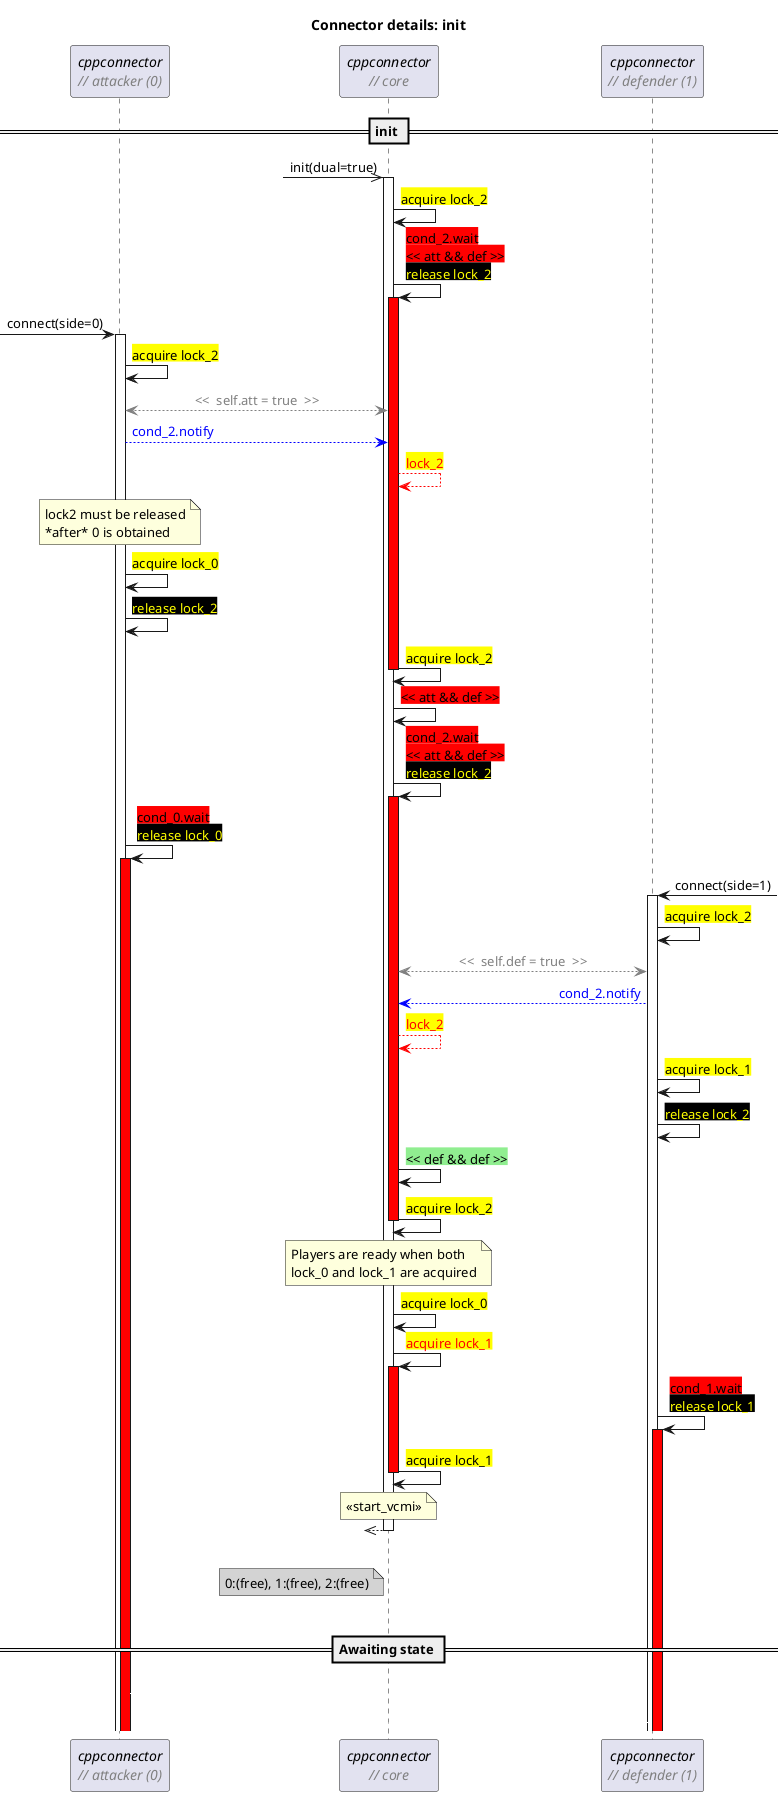
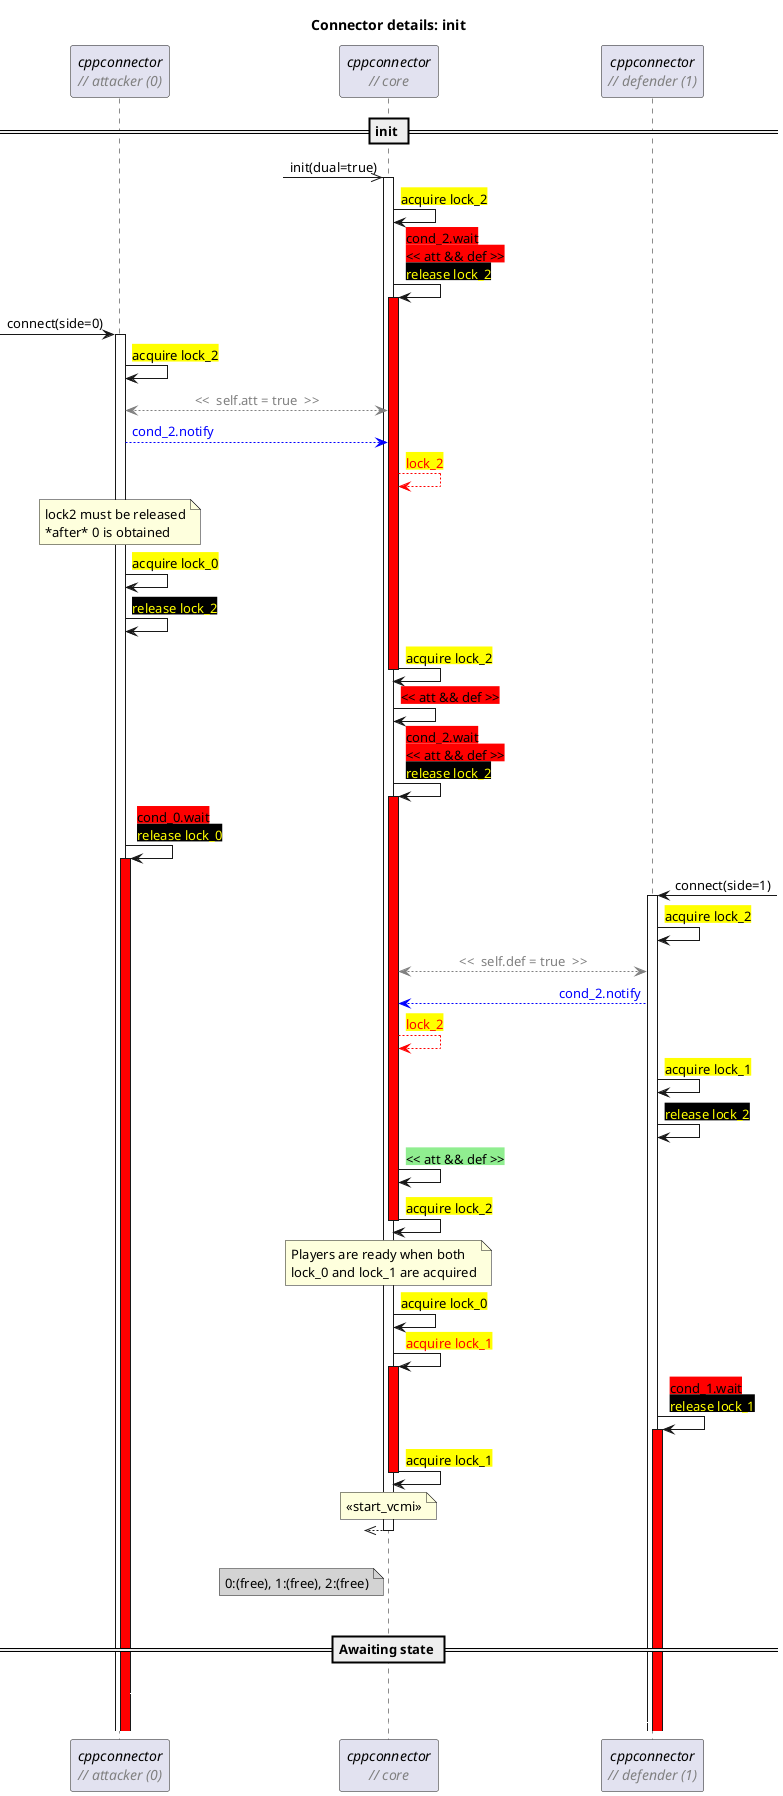
@startuml "connector-details-init"

title "Connector details: init"

skinparam sequenceBoxBorderColor #FFF
skinparam sequenceMessageAlign direction

!$nbsp = "<U+00A0>"

' workaround the fact that text alignment can only be
' set globally. Using hspace(n) returns N monospaced
' $nbsp chars
!function $hspace($length)
  !$res = ""
  !$i = $length
  !while $i > 0
    !$res = $res + $nbsp
    !$i = $i - 1
  !endwhile
  !return "<font:monospaced>"+$res+"</font>"
!endfunction

!function $desc($txt)
  !return "<font:Arial><color:Gray><i>// "+$txt+"</i></color></font>"
!endfunction

!function $lock_acq_fail_text($txt)
  !return "<back:yellow><color:red>" + $txt
!endfunction

!function $lock_rel_text($lock_id)
  !return "<color:yellow><back:black>release lock_" + $lock_id + "</back></color>"
!endfunction

!function $pred_fail_text($txt)
  !return "<back:red><<" + $nbsp + $txt + $nbsp + ">>"
!endfunction

!function $pred_ok_text($txt)
  !return "<back:lightgreen><<" + $nbsp + $txt + $nbsp + ">>"
!endfunction

!procedure $lock_acq_fail($node, $lock_id)
  $node -> $node : $lock_acq_fail_text("acquire lock_" + $lock_id)
  activate $node #red
!endprocedure

!procedure $lock_acq_direct($node, $lock_id)
  $node -> $node : <back:yellow>acquire lock_##$lock_id</back>
!endprocedure

!procedure $lock_acq_latent($node, $lock_id)
  $lock_acq_direct($node, $lock_id)
  deactivate $node
!endprocedure

!procedure $lock_rel($node, $lock_id)
  $node -> $node : $lock_rel_text($lock_id)
!endprocedure

!procedure $pred_fail($node, $txt)
  $node -> $node : $pred_fail_text($txt)
!endprocedure

!procedure $pred_ok($node, $txt)
  $node -> $node : $pred_ok_text($txt)
!endprocedure

!procedure $cond_wait($node, $cond_id)
  $node -> $node : <back:red>cond_##$cond_id##.wait</back>\n$lock_rel_text($cond_id)
  activate $node #red
!endprocedure

!procedure $cond_wait_pred($node, $cond_id, $pred)
  $node -> $node : <back:red>cond_##$cond_id##.wait\n$pred_fail_text($pred)\n$lock_rel_text($cond_id)
  activate $node #red
!endprocedure

!procedure $cond_notify($NodeA, $NodeB, $cond_id)
  $NodeA --[#blue]> $NodeB : <color:blue>cond_##$cond_id##.notify</color>
  $NodeB --[#red]> $NodeB : $lock_acq_fail_text("lock_" + $cond_id)
!endfunction

!procedure $cond_switch($NodeA, $NodeB, $cond_id)
  $cond_notify($NodeA, $NodeB, $cond_id)
  $cond_wait($NodeA, $cond_id)
  $lock_acq_latent($NodeB, $cond_id)
!endfunction

!procedure $flow(envid, $flowname)
  note over CTRL##envid, DualEnv##envid #LightBlue : ↓ flow_##$flowname ↓
!endprocedure

!procedure $lockreport($owner_0, $owner_1, $owner_2)
  note left of core #lightgray
  <font:monospace>0</font>:$owner_0, <font:monospace>1</font>:$owner_1, <font:monospace>2</font>:$owner_2
  end note
!endprocedure

!function $replace($txt, $search, $repl)
  !$replaced = ""
  !while %strpos($txt, $search) >= 0
    !$position = %strpos($txt, $search)
    !$replaced = $replaced + %substr($txt, 0, $position) + $repl
    !$txt = %substr($txt, $position + %strlen($search))
  !endwhile
  !return $replaced + $txt
!endfunction

!procedure $sharevar($node1, $node2, $txt)
  $node1 <--[#gray]> $node2 : <color:gray><font:monospace><<$nbsp $txt $nbsp>>
!endfunction

!procedure $sharevar($who, $txt)
  $sharevar(att, def, $txt)
!endfunction

' avoids super long note lines in the diagram
!function $str($txt)
  !return $replace($txt, "\n", %newline())
!endfunction

participant "//cppconnector//\n$desc('attacker (0)')" as att
participant "//cppconnector//\n$desc(core)" as core
participant "//cppconnector//\n$desc('defender (1)')" as def

== init ==
?->> core ++ : init(dual=true)
$lock_acq_direct(core, 2)
$cond_wait_pred(core, 2, "att && def")
[-> att ++ : connect(side=0)
$lock_acq_direct(att, 2)
$sharevar(att, core, "self.att = true")
$cond_notify(att, core, 2)

note over att
  lock2 must be released
  *after* 0 is obtained
end note
$lock_acq_direct(att, 0)
$lock_rel(att, 2)

$lock_acq_latent(core, 2)
$pred_fail(core, "att && def")
$cond_wait_pred(core, 2, "att && def")

$cond_wait(att, 0)

]-> def ++ : connect(side=1)
$lock_acq_direct(def, 2)
$sharevar(def, core, "self.def = true")
$cond_notify(def, core, 2)
$lock_acq_direct(def, 1)
$lock_rel(def, 2)
- $pred_ok(core, "def && def")
+ $pred_ok(core, "att && def")
$lock_acq_latent(core, 2)

note over core
  Players are ready when both
  lock_0 and lock_1 are acquired
end note

$lock_acq_direct(core, 0)
$lock_acq_fail(core, 1)
$cond_wait(def, 1)
$lock_acq_latent(core, 1)

note over core : << start_vcmi >>

?<<-- core -- :

|||
$lockreport("(free)", "(free)", "(free)")
|||

== Awaiting state ==

''''''''''''''''''''''''''''''
''' HORIZONTAL SPACING

att -[#fff]> core : $hspace(30)
def -[#fff]> core : $hspace(30)

@enduml
